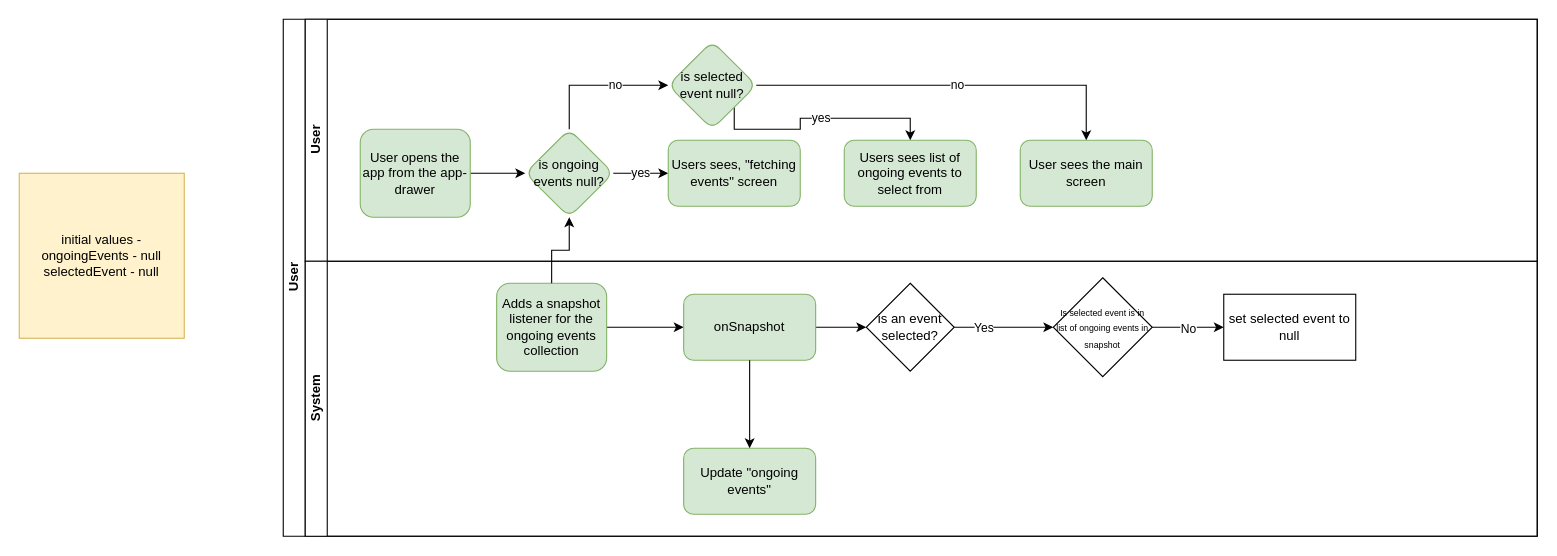
Earlier version of the draw.io diagram page "Event Manager" (1 of 4) of HFN-checkin-app.drawio (appsparkler/draw.io). Source tidied: cells renumbered, new cells numbered last; positions are measured from the earlier drawing's top-left corner, leaving out a move shared by most shapes. Both pictures are drawn from the tidied source at 110%, with x=0, y=0 at pixel (19, 19).
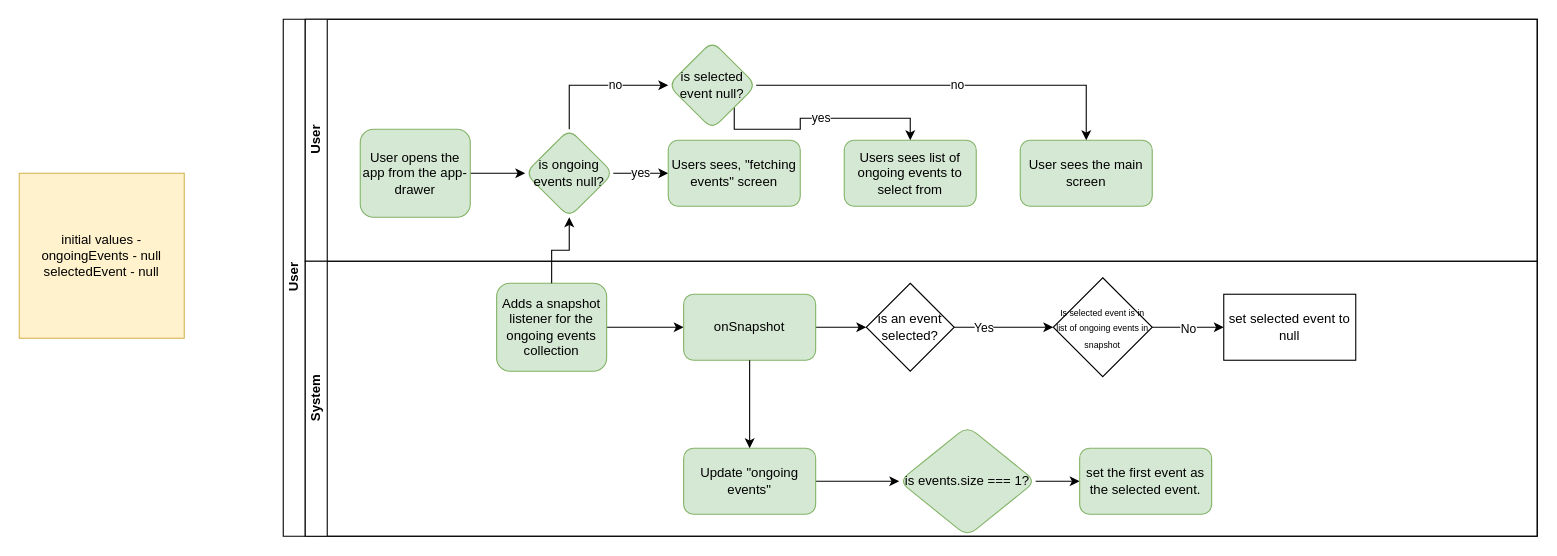
The same page after the edit.

The change refers to these unchanged cells:
```xml
<mxCell id="18" value="&lt;div&gt;System&lt;/div&gt;" style="swimlane;startSize=20;horizontal=0;html=1;" parent="2" vertex="1">
  <mxGeometry x="20" y="220" width="1120" height="250" as="geometry" />
</mxCell>
<mxCell id="31" value="Update &quot;ongoing events&quot;" style="whiteSpace=wrap;html=1;rounded=1;fillColor=#d5e8d4;strokeColor=#82b366;" parent="1" vertex="1">
  <mxGeometry x="604" y="390" width="120" height="60" as="geometry" />
</mxCell>
```

The edit, as a diff of the source:
```diff
@@
+    <mxCell id="34" style="edgeStyle=orthogonalEdgeStyle;rounded=0;jettySize=auto;html=1;" parent="18" edge="1" source="35" target="36">
+      <mxGeometry relative="1" as="geometry" />
+    </mxCell>
+    <mxCell id="35" value="is events.size === 1?" style="rhombus;whiteSpace=wrap;html=1;fillColor=#d5e8d4;strokeColor=#82b366;rounded=1;" parent="18" vertex="1">
+      <mxGeometry x="540" y="150" width="124" height="100" as="geometry" />
+    </mxCell>
+    <mxCell id="36" value="set the first event as the selected event." style="whiteSpace=wrap;html=1;fillColor=#d5e8d4;strokeColor=#82b366;rounded=1;" parent="18" vertex="1">
+      <mxGeometry x="704" y="170" width="120" height="60" as="geometry" />
+    </mxCell>
@@
+    <mxCell id="37" style="edgeStyle=orthogonalEdgeStyle;rounded=0;jettySize=auto;html=1;" parent="1" edge="1" source="31" target="35">
+      <mxGeometry relative="1" as="geometry" />
+    </mxCell>
```
